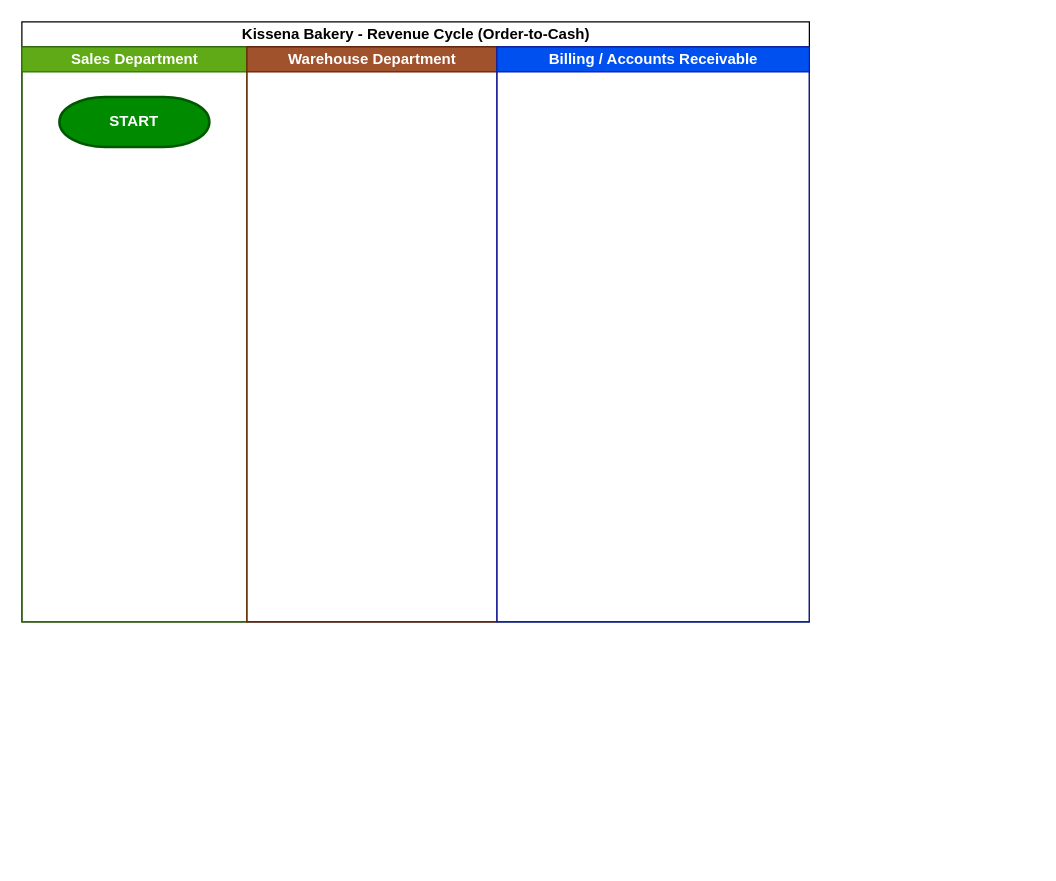
The draw.io diagram Revenue_Cycle_Controls.drawio in GuillermoMartinez1234/drawio, before the edit. Source tidied: cells renumbered, new cells numbered last; positions are measured from the earlier drawing's top-left corner, leaving out a move shared by most shapes. Both pictures are drawn from the tidied source at 125%, with x=0, y=0 at pixel (21, 21).
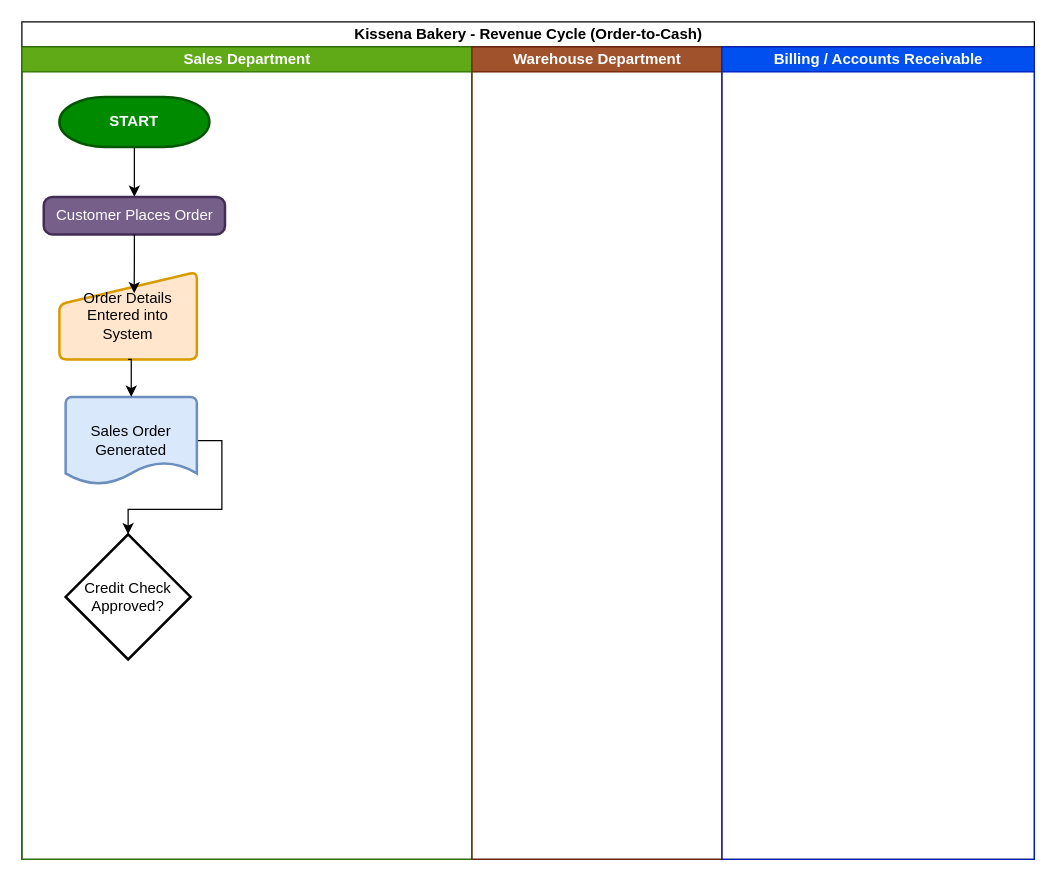
The same diagram, later.

What changed in the source:
```diff
@@
 <mxGraphModel>
   <root>
     <mxCell id="0" />
     <mxCell id="1" parent="0" />
     <mxCell id="2" value="Kissena Bakery - Revenue Cycle (Order-to-Cash)" style="swimlane;startSize=20;html=1;" parent="1" vertex="1">
-      <mxGeometry width="630" height="480" as="geometry" />
+      <mxGeometry width="810" height="670" as="geometry" />
     </mxCell>
     <mxCell id="3" value="Sales Department" style="swimlane;startSize=20;html=1;fillColor=#60a917;fontColor=#ffffff;strokeColor=#2D7600;" parent="2" vertex="1">
-      <mxGeometry y="20" width="180" height="460" as="geometry" />
+      <mxGeometry y="20" width="360" height="650" as="geometry" />
     </mxCell>
+    <mxCell id="7" style="edgeStyle=orthogonalEdgeStyle;rounded=0;jettySize=auto;html=1;exitX=0.5;exitY=1;exitDx=0;exitDy=0;exitPerimeter=0;entryX=0.5;entryY=0;entryDx=0;entryDy=0;" parent="3" edge="1" source="4" target="8">
+      <mxGeometry relative="1" as="geometry" />
+    </mxCell>
     <mxCell id="4" value="&lt;b&gt;START&lt;/b&gt;" style="strokeWidth=2;html=1;shape=mxgraph.flowchart.terminator;whiteSpace=wrap;fillColor=#008a00;fontColor=#ffffff;strokeColor=light-dark(#005700,#FFFFFF);" parent="3" vertex="1">
       <mxGeometry x="30" y="40" width="120" height="40" as="geometry" />
     </mxCell>
+    <mxCell id="8" value="Customer Places Order" style="rounded=1;whiteSpace=wrap;html=1;absoluteArcSize=1;arcSize=14;strokeWidth=2;fillColor=#76608a;strokeColor=#432D57;fontColor=#ffffff;" parent="3" vertex="1">
+      <mxGeometry x="17.5" y="120" width="145" height="30" as="geometry" />
+    </mxCell>
+    <mxCell id="9" value="Order Details Entered into System" style="html=1;strokeWidth=2;shape=manualInput;whiteSpace=wrap;rounded=1;size=26;arcSize=11;fillColor=#ffe6cc;strokeColor=#d79b00;" parent="3" vertex="1">
+      <mxGeometry x="30" y="180" width="110" height="70" as="geometry" />
+    </mxCell>
+    <mxCell id="10" style="edgeStyle=orthogonalEdgeStyle;rounded=0;jettySize=auto;html=1;exitX=1;exitY=0.5;exitDx=0;exitDy=0;exitPerimeter=0;entryX=0.5;entryY=0;entryDx=0;entryDy=0;entryPerimeter=0;" parent="3" edge="1" source="11" target="14">
+      <mxGeometry relative="1" as="geometry" />
+    </mxCell>
+    <mxCell id="11" value="Sales Order Generated" style="strokeWidth=2;html=1;shape=mxgraph.flowchart.document2;whiteSpace=wrap;size=0.25;fillColor=#dae8fc;strokeColor=#6c8ebf;" parent="3" vertex="1">
+      <mxGeometry x="35" y="280" width="105" height="70" as="geometry" />
+    </mxCell>
+    <mxCell id="12" style="edgeStyle=orthogonalEdgeStyle;rounded=0;jettySize=auto;html=1;exitX=0.5;exitY=1;exitDx=0;exitDy=0;entryX=0.544;entryY=0.244;entryDx=0;entryDy=0;entryPerimeter=0;" parent="3" edge="1" source="8" target="9">
+      <mxGeometry relative="1" as="geometry" />
+    </mxCell>
+    <mxCell id="13" style="edgeStyle=orthogonalEdgeStyle;rounded=0;jettySize=auto;html=1;exitX=0.5;exitY=1;exitDx=0;exitDy=0;entryX=0.5;entryY=0;entryDx=0;entryDy=0;entryPerimeter=0;" parent="3" edge="1" source="9" target="11">
+      <mxGeometry relative="1" as="geometry" />
+    </mxCell>
+    <mxCell id="14" value="Credit Check Approved?" style="strokeWidth=2;html=1;shape=mxgraph.flowchart.decision;whiteSpace=wrap;" parent="3" vertex="1">
+      <mxGeometry x="35" y="390" width="100" height="100" as="geometry" />
+    </mxCell>
     <mxCell id="5" value="Warehouse Department" style="swimlane;startSize=20;html=1;fillColor=#a0522d;fontColor=#ffffff;strokeColor=#6D1F00;" parent="2" vertex="1">
-      <mxGeometry x="180" y="20" width="200" height="460" as="geometry" />
+      <mxGeometry x="360" y="20" width="200" height="650" as="geometry" />
     </mxCell>
     <mxCell id="6" value="Billing / Accounts Receivable" style="swimlane;startSize=20;html=1;fillColor=#0050ef;fontColor=#ffffff;strokeColor=#001DBC;" parent="2" vertex="1">
-      <mxGeometry x="380" y="20" width="250" height="460" as="geometry" />
+      <mxGeometry x="560" y="20" width="250" height="650" as="geometry" />
     </mxCell>
   </root>
 </mxGraphModel>
```
